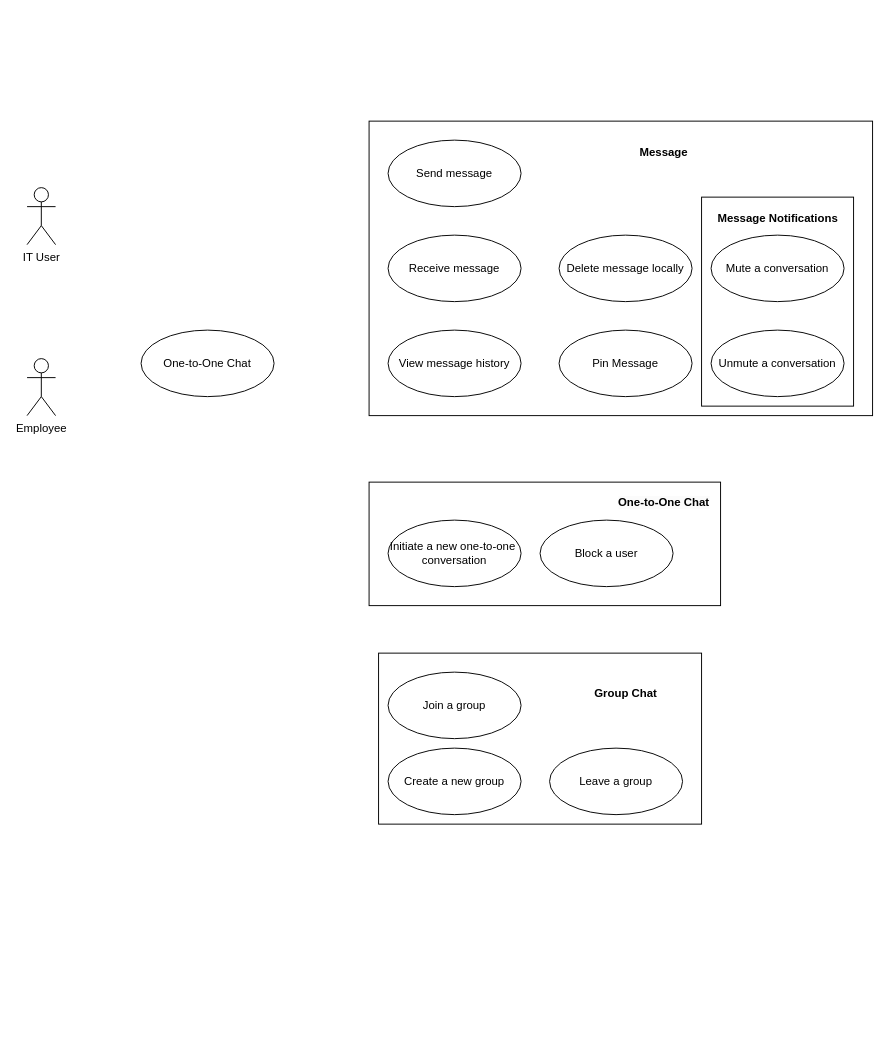
This is Use_Case_Diagram/Use_Case_Diagram.drawio from Derion12/CS401_Communication_Project_Sp24, a draw.io file, before an edit. Source tidied: cells renumbered, new cells numbered last; positions are measured from the earlier drawing's top-left corner, leaving out a move shared by most shapes. Both pictures are drawn from the tidied source at 95%, with x=0, y=0 at pixel (27, 121).
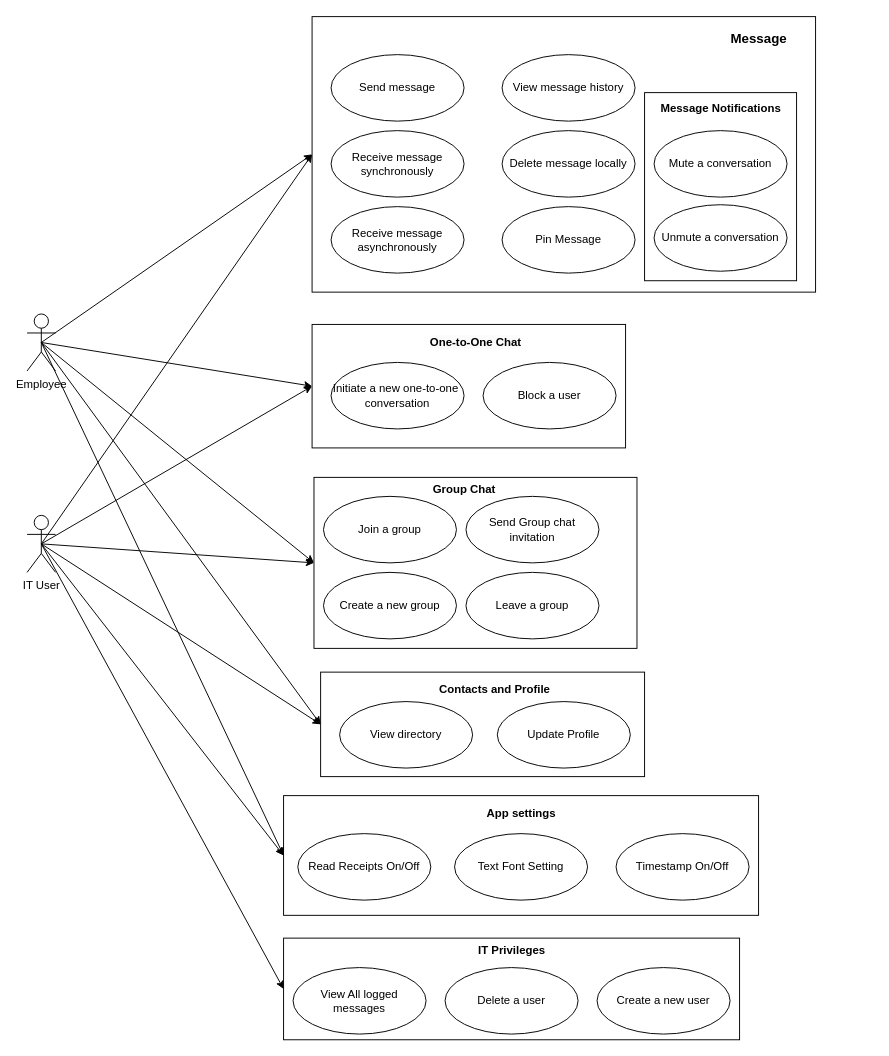
Above is the later version.

Change to the diagram source:
```diff
@@
+    <mxCell id="25" style="html=1;whiteSpace=wrap;" parent="1" vertex="1">
+      <mxGeometry x="270" y="860" width="480" height="107" as="geometry" />
+    </mxCell>
+    <mxCell id="26" style="html=1;whiteSpace=wrap;" parent="1" vertex="1">
+      <mxGeometry x="270" y="710" width="500" height="126" as="geometry" />
+    </mxCell>
+    <mxCell id="27" style="html=1;whiteSpace=wrap;" parent="1" vertex="1">
+      <mxGeometry x="309" y="580" width="341" height="110" as="geometry" />
+    </mxCell>
     <mxCell id="2" style="html=1;whiteSpace=wrap;" parent="1" vertex="1">
-      <mxGeometry x="370" y="560" width="340" height="180" as="geometry" />
+      <mxGeometry x="302" y="375" width="340" height="180" as="geometry" />
     </mxCell>
     <mxCell id="3" style="html=1;whiteSpace=wrap;" parent="1" vertex="1">
-      <mxGeometry x="360" y="380" width="370" height="130" as="geometry" />
+      <mxGeometry x="300" y="214" width="330" height="130" as="geometry" />
     </mxCell>
     <mxCell id="4" style="html=1;whiteSpace=wrap;" parent="1" vertex="1">
-      <mxGeometry x="360" width="530" height="310" as="geometry" />
+      <mxGeometry x="300" y="-110" width="530" height="290" as="geometry" />
     </mxCell>
+    <mxCell id="28" style="rounded=0;jettySize=auto;html=1;exitX=0.5;exitY=0.5;exitDx=0;exitDy=0;exitPerimeter=0;entryX=0;entryY=0.5;entryDx=0;entryDy=0;" parent="1" edge="1" source="5" target="4">
+      <mxGeometry relative="1" as="geometry" />
+    </mxCell>
+    <mxCell id="29" style="rounded=0;jettySize=auto;html=1;exitX=0.5;exitY=0.5;exitDx=0;exitDy=0;exitPerimeter=0;entryX=0;entryY=0.5;entryDx=0;entryDy=0;" parent="1" edge="1" source="5" target="3">
+      <mxGeometry relative="1" as="geometry" />
+    </mxCell>
+    <mxCell id="30" style="rounded=0;jettySize=auto;html=1;exitX=0.5;exitY=0.5;exitDx=0;exitDy=0;exitPerimeter=0;entryX=0;entryY=0.5;entryDx=0;entryDy=0;" parent="1" edge="1" source="5" target="2">
+      <mxGeometry relative="1" as="geometry" />
+    </mxCell>
+    <mxCell id="31" style="rounded=0;jettySize=auto;html=1;exitX=0.5;exitY=0.5;exitDx=0;exitDy=0;exitPerimeter=0;entryX=0;entryY=0.5;entryDx=0;entryDy=0;" parent="1" edge="1" source="5" target="27">
+      <mxGeometry relative="1" as="geometry" />
+    </mxCell>
+    <mxCell id="32" style="rounded=0;jettySize=auto;html=1;exitX=0.5;exitY=0.5;exitDx=0;exitDy=0;exitPerimeter=0;entryX=0;entryY=0.5;entryDx=0;entryDy=0;" parent="1" edge="1" source="5" target="26">
+      <mxGeometry relative="1" as="geometry" />
+    </mxCell>
     <mxCell id="5" value="Employee" style="shape=umlActor;verticalLabelPosition=bottom;verticalAlign=top;html=1;" parent="1" vertex="1">
-      <mxGeometry y="250" width="30" height="60" as="geometry" />
+      <mxGeometry y="203" width="30" height="60" as="geometry" />
     </mxCell>
+    <mxCell id="33" style="rounded=0;jettySize=auto;html=1;exitX=0.5;exitY=0.5;exitDx=0;exitDy=0;exitPerimeter=0;entryX=0;entryY=0.5;entryDx=0;entryDy=0;" parent="1" edge="1" source="6" target="4">
+      <mxGeometry relative="1" as="geometry" />
+    </mxCell>
+    <mxCell id="34" style="rounded=0;jettySize=auto;html=1;exitX=0.5;exitY=0.5;exitDx=0;exitDy=0;exitPerimeter=0;entryX=0;entryY=0.5;entryDx=0;entryDy=0;" parent="1" edge="1" source="6" target="3">
+      <mxGeometry relative="1" as="geometry" />
+    </mxCell>
+    <mxCell id="35" style="rounded=0;jettySize=auto;html=1;exitX=0.5;exitY=0.5;exitDx=0;exitDy=0;exitPerimeter=0;entryX=0;entryY=0.5;entryDx=0;entryDy=0;" parent="1" edge="1" source="6" target="2">
+      <mxGeometry relative="1" as="geometry" />
+    </mxCell>
+    <mxCell id="36" style="rounded=0;jettySize=auto;html=1;exitX=0.5;exitY=0.5;exitDx=0;exitDy=0;exitPerimeter=0;entryX=0;entryY=0.5;entryDx=0;entryDy=0;" parent="1" edge="1" source="6" target="27">
+      <mxGeometry relative="1" as="geometry" />
+    </mxCell>
+    <mxCell id="37" style="rounded=0;jettySize=auto;html=1;exitX=0.5;exitY=0.5;exitDx=0;exitDy=0;exitPerimeter=0;entryX=0;entryY=0.5;entryDx=0;entryDy=0;" parent="1" edge="1" source="6" target="26">
+      <mxGeometry relative="1" as="geometry" />
+    </mxCell>
+    <mxCell id="38" style="rounded=0;jettySize=auto;html=1;exitX=0.5;exitY=0.5;exitDx=0;exitDy=0;exitPerimeter=0;entryX=0;entryY=0.5;entryDx=0;entryDy=0;" parent="1" edge="1" source="6" target="25">
+      <mxGeometry relative="1" as="geometry" />
+    </mxCell>
     <mxCell id="6" value="IT User" style="shape=umlActor;verticalLabelPosition=bottom;verticalAlign=top;html=1;" parent="1" vertex="1">
-      <mxGeometry y="70" width="30" height="60" as="geometry" />
+      <mxGeometry y="415" width="30" height="60" as="geometry" />
     </mxCell>
-    <mxCell id="7" value="Receive message" style="ellipse;whiteSpace=wrap;html=1;" parent="1" vertex="1">
-      <mxGeometry x="380" y="120" width="140" height="70" as="geometry" />
+    <mxCell id="7" value="Receive message synchronously" style="ellipse;whiteSpace=wrap;html=1;" parent="1" vertex="1">
+      <mxGeometry x="320" y="10" width="140" height="70" as="geometry" />
     </mxCell>
     <mxCell id="8" value="Send message" style="ellipse;whiteSpace=wrap;html=1;" parent="1" vertex="1">
-      <mxGeometry x="380" y="20" width="140" height="70" as="geometry" />
+      <mxGeometry x="320" y="-70" width="140" height="70" as="geometry" />
     </mxCell>
     <mxCell id="9" value="Delete message locally" style="ellipse;whiteSpace=wrap;html=1;" parent="1" vertex="1">
-      <mxGeometry x="560" y="120" width="140" height="70" as="geometry" />
+      <mxGeometry x="500" y="10" width="140" height="70" as="geometry" />
     </mxCell>
     <mxCell id="10" value="View message history" style="ellipse;whiteSpace=wrap;html=1;" parent="1" vertex="1">
-      <mxGeometry x="380" y="220" width="140" height="70" as="geometry" />
+      <mxGeometry x="500" y="-70" width="140" height="70" as="geometry" />
     </mxCell>
-    <mxCell id="11" value="One-to-One Chat" style="ellipse;whiteSpace=wrap;html=1;" parent="1" vertex="1">
-      <mxGeometry x="120" y="220" width="140" height="70" as="geometry" />
-    </mxCell>
     <mxCell id="12" value="Initiate a new one-to-one&amp;nbsp; conversation" style="ellipse;whiteSpace=wrap;html=1;" parent="1" vertex="1">
-      <mxGeometry x="380" y="420" width="140" height="70" as="geometry" />
+      <mxGeometry x="320" y="254" width="140" height="70" as="geometry" />
     </mxCell>
     <mxCell id="13" value="Block a user" style="ellipse;whiteSpace=wrap;html=1;" parent="1" vertex="1">
-      <mxGeometry x="540" y="420" width="140" height="70" as="geometry" />
+      <mxGeometry x="480" y="254" width="140" height="70" as="geometry" />
     </mxCell>
     <mxCell id="14" value="Join a group" style="ellipse;whiteSpace=wrap;html=1;" parent="1" vertex="1">
-      <mxGeometry x="380" y="580" width="140" height="70" as="geometry" />
+      <mxGeometry x="312" y="395" width="140" height="70" as="geometry" />
     </mxCell>
     <mxCell id="15" value="Leave a group" style="ellipse;whiteSpace=wrap;html=1;" parent="1" vertex="1">
-      <mxGeometry x="550" y="660" width="140" height="70" as="geometry" />
+      <mxGeometry x="462" y="475" width="140" height="70" as="geometry" />
     </mxCell>
     <mxCell id="16" value="Create a new group" style="ellipse;whiteSpace=wrap;html=1;" parent="1" vertex="1">
-      <mxGeometry x="380" y="660" width="140" height="70" as="geometry" />
+      <mxGeometry x="312" y="475" width="140" height="70" as="geometry" />
     </mxCell>
     <mxCell id="17" value="Pin Message" style="ellipse;whiteSpace=wrap;html=1;" parent="1" vertex="1">
-      <mxGeometry x="560" y="220" width="140" height="70" as="geometry" />
+      <mxGeometry x="500" y="90" width="140" height="70" as="geometry" />
     </mxCell>
-    <mxCell id="18" value="Message" style="text;align=center;fontStyle=1;verticalAlign=middle;spacingLeft=3;spacingRight=3;strokeColor=none;html=1;" parent="1" vertex="1">
-      <mxGeometry x="630" y="20" width="80" height="26" as="geometry" />
+    <mxCell id="18" value="&lt;font style=&quot;font-size: 14px;&quot;&gt;Message&lt;/font&gt;" style="text;align=center;fontStyle=1;verticalAlign=middle;spacingLeft=3;spacingRight=3;strokeColor=none;html=1;" parent="1" vertex="1">
+      <mxGeometry x="730" y="-100" width="80" height="26" as="geometry" />
     </mxCell>
     <mxCell id="19" value="&lt;span style=&quot;color: rgb(0, 0, 0); font-family: Helvetica; font-size: 12px; font-style: normal; font-variant-ligatures: normal; font-variant-caps: normal; letter-spacing: normal; orphans: 2; text-align: center; text-indent: 0px; text-transform: none; widows: 2; word-spacing: 0px; -webkit-text-stroke-width: 0px; background-color: rgb(251, 251, 251); text-decoration-thickness: initial; text-decoration-style: initial; text-decoration-color: initial; float: none; display: inline !important;&quot;&gt;&lt;b&gt;One-to-One Chat&lt;/b&gt;&lt;/span&gt;" style="text;align=center;fontStyle=0;verticalAlign=middle;spacingLeft=3;spacingRight=3;strokeColor=none;html=1;" parent="1" vertex="1">
-      <mxGeometry x="630" y="389" width="80" height="26" as="geometry" />
+      <mxGeometry x="432" y="220" width="80" height="26" as="geometry" />
     </mxCell>
     <mxCell id="20" style="html=1;whiteSpace=wrap;" parent="1" vertex="1">
-      <mxGeometry x="710" y="80" width="160" height="220" as="geometry" />
+      <mxGeometry x="650" y="-30" width="160" height="198" as="geometry" />
     </mxCell>
     <mxCell id="21" value="Group Chat" style="text;align=center;fontStyle=1;verticalAlign=middle;spacingLeft=3;spacingRight=3;strokeColor=none;html=1;" parent="1" vertex="1">
-      <mxGeometry x="590" y="590" width="80" height="26" as="geometry" />
+      <mxGeometry x="420" y="375" width="80" height="26" as="geometry" />
     </mxCell>
     <mxCell id="22" value="Unmute a conversation" style="ellipse;whiteSpace=wrap;html=1;" parent="1" vertex="1">
-      <mxGeometry x="720" y="220" width="140" height="70" as="geometry" />
+      <mxGeometry x="660" y="88" width="140" height="70" as="geometry" />
     </mxCell>
     <mxCell id="23" value="Message Notifications" style="text;align=center;fontStyle=1;verticalAlign=middle;spacingLeft=3;spacingRight=3;strokeColor=none;html=1;" parent="1" vertex="1">
-      <mxGeometry x="750" y="90" width="80" height="26" as="geometry" />
+      <mxGeometry x="690" y="-26" width="80" height="26" as="geometry" />
     </mxCell>
     <mxCell id="24" value="Mute a conversation" style="ellipse;whiteSpace=wrap;html=1;" parent="1" vertex="1">
-      <mxGeometry x="720" y="120" width="140" height="70" as="geometry" />
+      <mxGeometry x="660" y="10" width="140" height="70" as="geometry" />
     </mxCell>
+    <mxCell id="39" value="Send Group chat invitation" style="ellipse;whiteSpace=wrap;html=1;" parent="1" vertex="1">
+      <mxGeometry x="462" y="395" width="140" height="70" as="geometry" />
+    </mxCell>
+    <mxCell id="40" value="Receive message asynchronously" style="ellipse;whiteSpace=wrap;html=1;" parent="1" vertex="1">
+      <mxGeometry x="320" y="90" width="140" height="70" as="geometry" />
+    </mxCell>
+    <mxCell id="41" value="View directory" style="ellipse;whiteSpace=wrap;html=1;" parent="1" vertex="1">
+      <mxGeometry x="329" y="611" width="140" height="70" as="geometry" />
+    </mxCell>
+    <mxCell id="42" value="Update Profile" style="ellipse;whiteSpace=wrap;html=1;" parent="1" vertex="1">
+      <mxGeometry x="495" y="611" width="140" height="70" as="geometry" />
+    </mxCell>
+    <mxCell id="43" value="Contacts and Profile" style="text;align=center;fontStyle=1;verticalAlign=middle;spacingLeft=3;spacingRight=3;strokeColor=none;html=1;" parent="1" vertex="1">
+      <mxGeometry x="452" y="585" width="80" height="26" as="geometry" />
+    </mxCell>
+    <mxCell id="44" value="Read Receipts On/Off" style="ellipse;whiteSpace=wrap;html=1;" parent="1" vertex="1">
+      <mxGeometry x="285" y="750" width="140" height="70" as="geometry" />
+    </mxCell>
+    <mxCell id="45" value="Text Font Setting" style="ellipse;whiteSpace=wrap;html=1;" parent="1" vertex="1">
+      <mxGeometry x="450" y="750" width="140" height="70" as="geometry" />
+    </mxCell>
+    <mxCell id="46" value="Timestamp On/Off" style="ellipse;whiteSpace=wrap;html=1;" parent="1" vertex="1">
+      <mxGeometry x="620" y="750" width="140" height="70" as="geometry" />
+    </mxCell>
+    <mxCell id="47" value="App settings" style="text;align=center;fontStyle=1;verticalAlign=middle;spacingLeft=3;spacingRight=3;strokeColor=none;html=1;" parent="1" vertex="1">
+      <mxGeometry x="480" y="716" width="80" height="26" as="geometry" />
+    </mxCell>
+    <mxCell id="48" value="View All logged messages" style="ellipse;whiteSpace=wrap;html=1;" parent="1" vertex="1">
+      <mxGeometry x="280" y="891" width="140" height="70" as="geometry" />
+    </mxCell>
+    <mxCell id="49" value="Create a new user" style="ellipse;whiteSpace=wrap;html=1;" parent="1" vertex="1">
+      <mxGeometry x="600" y="891" width="140" height="70" as="geometry" />
+    </mxCell>
+    <mxCell id="50" value="Delete a user" style="ellipse;whiteSpace=wrap;html=1;" parent="1" vertex="1">
+      <mxGeometry x="440" y="891" width="140" height="70" as="geometry" />
+    </mxCell>
+    <mxCell id="51" value="IT Privileges" style="text;align=center;fontStyle=1;verticalAlign=middle;spacingLeft=3;spacingRight=3;strokeColor=none;html=1;" parent="1" vertex="1">
+      <mxGeometry x="470" y="860" width="80" height="26" as="geometry" />
+    </mxCell>
```
